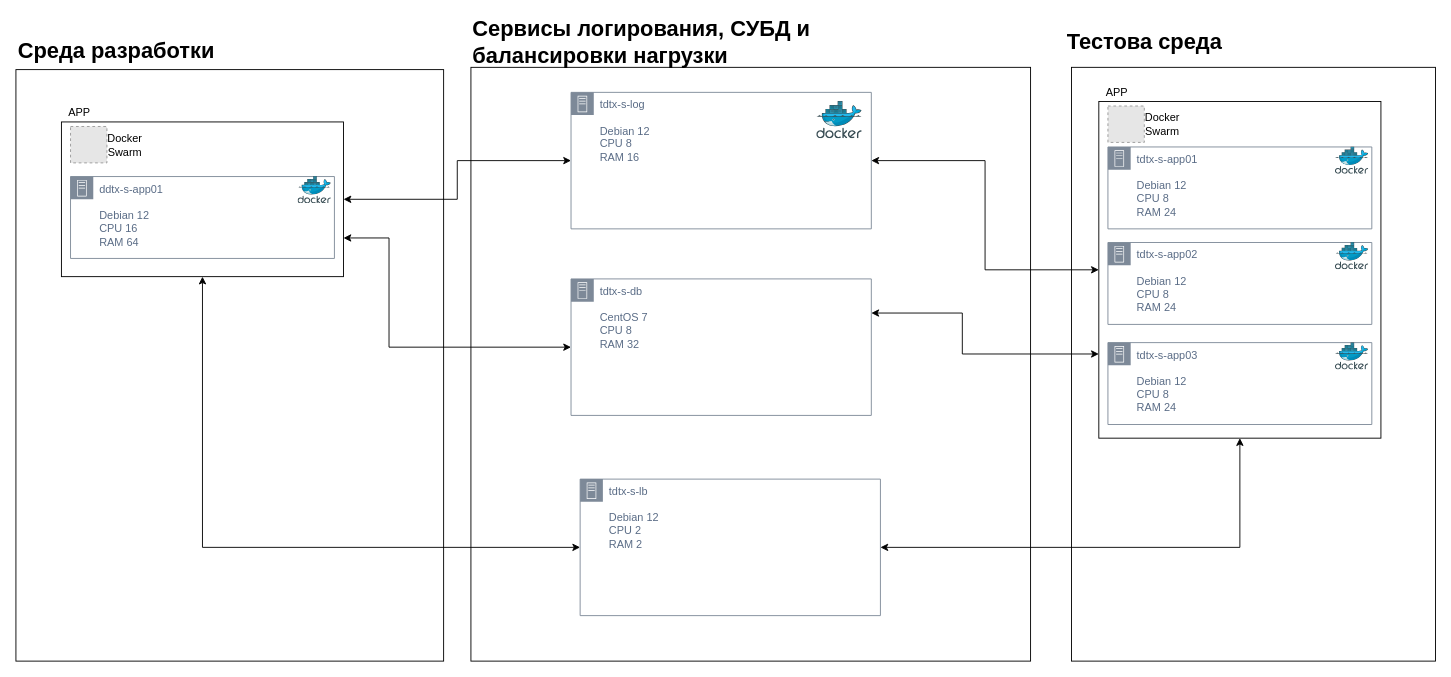
The draw.io diagram page "Среда разработки/среда тестирования" (1 of 3) of Диаграмма без названия.drawio in SamRozhkov/DocTrix, before the edit. Source tidied: cells renumbered, new cells numbered last; positions are measured from the earlier drawing's top-left corner, leaving out a move shared by most shapes. Both pictures are drawn from the tidied source at 91%, with x=0, y=0 at pixel (15, 24). Pictures stored in the file or linked from it are replaced by grey dashed boxes.
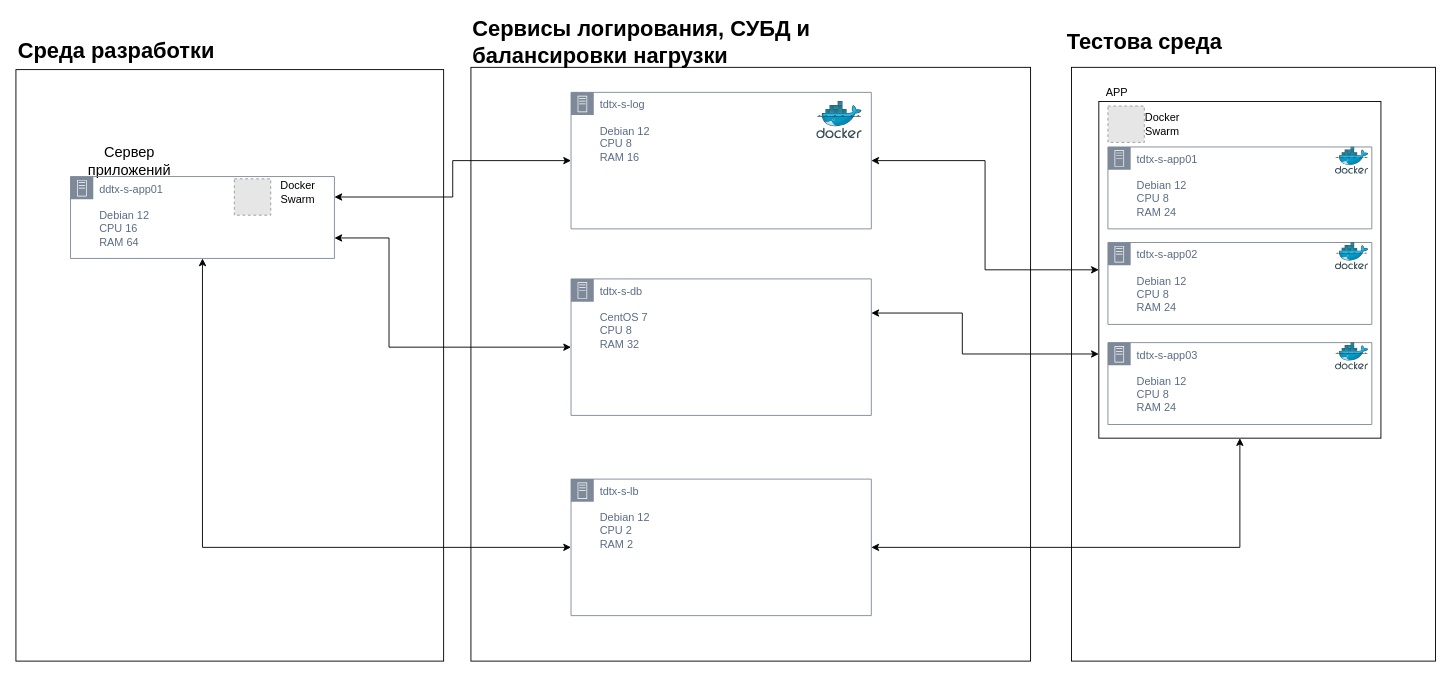
The same diagram, later.

Unchanged cells that the change refers to:
```xml
<mxCell id="5" value="tdtx-s-log&lt;div&gt;&lt;br&gt;&lt;/div&gt;&lt;div&gt;Debian 12&lt;/div&gt;&lt;div&gt;CPU 8&lt;br&gt;RAM 16&lt;/div&gt;" style="points=[[0,0],[0.25,0],[0.5,0],[0.75,0],[1,0],[1,0.25],[1,0.5],[1,0.75],[1,1],[0.75,1],[0.5,1],[0.25,1],[0,1],[0,0.75],[0,0.5],[0,0.25]];outlineConnect=0;gradientColor=none;html=1;whiteSpace=wrap;fontSize=12;fontStyle=0;shape=mxgraph.aws4.group;grIcon=mxgraph.aws4.group_on_premise;strokeColor=#7D8998;fillColor=none;verticalAlign=top;align=left;spacingLeft=30;fontColor=#5A6C86;dashed=0;" parent="1" vertex="1">
  <mxGeometry x="610" y="75" width="330" height="150" as="geometry" />
</mxCell>
<mxCell id="28" value="tdtx-s-db&lt;div&gt;&lt;br&gt;&lt;/div&gt;&lt;div&gt;CentOS 7&lt;/div&gt;&lt;div&gt;CPU 8&lt;/div&gt;&lt;div&gt;RAM 32&lt;/div&gt;" style="points=[[0,0],[0.25,0],[0.5,0],[0.75,0],[1,0],[1,0.25],[1,0.5],[1,0.75],[1,1],[0.75,1],[0.5,1],[0.25,1],[0,1],[0,0.75],[0,0.5],[0,0.25]];outlineConnect=0;gradientColor=none;html=1;whiteSpace=wrap;fontSize=12;fontStyle=0;shape=mxgraph.aws4.group;grIcon=mxgraph.aws4.group_on_premise;strokeColor=#7D8998;fillColor=none;verticalAlign=top;align=left;spacingLeft=30;fontColor=#5A6C86;dashed=0;" parent="1" vertex="1">
  <mxGeometry x="610" y="280" width="330" height="150" as="geometry" />
</mxCell>
<mxCell id="32" value="&lt;div&gt;ddtx-s-app01&lt;/div&gt;&lt;div&gt;&lt;br&gt;&lt;/div&gt;&lt;div&gt;Debian 12&amp;nbsp;&lt;br&gt;CPU 16&lt;/div&gt;&lt;div&gt;RAM 64&lt;/div&gt;" style="points=[[0,0],[0.25,0],[0.5,0],[0.75,0],[1,0],[1,0.25],[1,0.5],[1,0.75],[1,1],[0.75,1],[0.5,1],[0.25,1],[0,1],[0,0.75],[0,0.5],[0,0.25]];outlineConnect=0;gradientColor=none;html=1;whiteSpace=wrap;fontSize=12;fontStyle=0;shape=mxgraph.aws4.group;grIcon=mxgraph.aws4.group_on_premise;strokeColor=#7D8998;fillColor=none;verticalAlign=top;align=left;spacingLeft=30;fontColor=#5A6C86;dashed=0;" parent="1" vertex="1">
  <mxGeometry x="60" y="167.5" width="290" height="90" as="geometry" />
</mxCell>
```

Change to the diagram source:
```diff
@@
-    <mxCell id="7" style="edgeStyle=orthogonalEdgeStyle;rounded=0;jettySize=auto;html=1;exitX=1;exitY=0.5;exitDx=0;exitDy=0;entryX=0;entryY=0.5;entryDx=0;entryDy=0;startArrow=classic;startFill=1;" parent="1" edge="1" source="9" target="5">
+    <mxCell id="7" style="edgeStyle=orthogonalEdgeStyle;rounded=0;jettySize=auto;html=1;exitX=1;exitY=0.25;exitDx=0;exitDy=0;entryX=0;entryY=0.5;entryDx=0;entryDy=0;startArrow=classic;startFill=1;" parent="1" edge="1" source="32" target="5">
       <mxGeometry relative="1" as="geometry" />
     </mxCell>
-    <mxCell id="8" style="edgeStyle=elbowEdgeStyle;rounded=0;jettySize=auto;html=1;exitX=1;exitY=0.75;exitDx=0;exitDy=0;entryX=0;entryY=0.5;entryDx=0;entryDy=0;startArrow=classic;startFill=1;" parent="1" edge="1" source="9" target="28">
+    <mxCell id="8" style="edgeStyle=elbowEdgeStyle;rounded=0;jettySize=auto;html=1;exitX=1;exitY=0.75;exitDx=0;exitDy=0;entryX=0;entryY=0.5;entryDx=0;entryDy=0;startArrow=classic;startFill=1;" parent="1" edge="1" source="32" target="28">
       <mxGeometry relative="1" as="geometry">
         <Array as="points">
           <mxPoint x="410" y="350" />
         </Array>
       </mxGeometry>
     </mxCell>
-    <mxCell id="9" style="whiteSpace=wrap;html=1;align=center;" parent="1" vertex="1">
-      <mxGeometry x="50" y="107.5" width="310" height="170" as="geometry" />
-    </mxCell>
     <mxCell id="10" style="fillColor=#E6E6E6;strokeColor=#999999;dashed=1;html=1;verticalAlign=top;verticalLabelPosition=bottom;labelBackgroundColor=#ffffff;" parent="1" vertex="1">
-      <mxGeometry x="60" y="112.5" width="40" height="40" as="geometry" />
+      <mxGeometry x="240" y="170" width="40" height="40" as="geometry" />
     </mxCell>
     <mxCell id="11" value="Docker Swarm" style="text;html=1;align=center;verticalAlign=middle;whiteSpace=wrap;rounded=0;" parent="1" vertex="1">
-      <mxGeometry x="90" y="117.5" width="60" height="30" as="geometry" />
+      <mxGeometry x="280" y="170" width="60" height="30" as="geometry" />
     </mxCell>
-    <mxCell id="12" value="APP" style="text;html=1;align=center;verticalAlign=middle;whiteSpace=wrap;rounded=0;" parent="1" vertex="1">
-      <mxGeometry x="40" y="82.5" width="60" height="30" as="geometry" />
+    <mxCell id="12" value="Сервер приложений" style="text;html=1;align=center;verticalAlign=middle;whiteSpace=wrap;rounded=0;fontSize=16;" parent="1" vertex="1">
+      <mxGeometry x="60" y="135" width="130" height="30" as="geometry" />
     </mxCell>
@@
-    <mxCell id="29" style="edgeStyle=orthogonalEdgeStyle;rounded=0;jettySize=auto;html=1;exitX=0;exitY=0.5;exitDx=0;exitDy=0;entryX=0.5;entryY=1;entryDx=0;entryDy=0;startArrow=classic;startFill=1;" parent="1" edge="1" source="31" target="9">
+    <mxCell id="29" style="edgeStyle=orthogonalEdgeStyle;rounded=0;jettySize=auto;html=1;exitX=0;exitY=0.5;exitDx=0;exitDy=0;entryX=0.5;entryY=1;entryDx=0;entryDy=0;startArrow=classic;startFill=1;" parent="1" edge="1" source="31" target="32">
       <mxGeometry relative="1" as="geometry" />
     </mxCell>
@@
     <mxCell id="31" value="tdtx-s-lb&lt;div&gt;&lt;br&gt;&lt;/div&gt;&lt;div&gt;Debian 12&lt;br&gt;CPU 2&lt;br&gt;RAM 2&lt;/div&gt;" style="points=[[0,0],[0.25,0],[0.5,0],[0.75,0],[1,0],[1,0.25],[1,0.5],[1,0.75],[1,1],[0.75,1],[0.5,1],[0.25,1],[0,1],[0,0.75],[0,0.5],[0,0.25]];outlineConnect=0;gradientColor=none;html=1;whiteSpace=wrap;fontSize=12;fontStyle=0;shape=mxgraph.aws4.group;grIcon=mxgraph.aws4.group_on_premise;strokeColor=#7D8998;fillColor=none;verticalAlign=top;align=left;spacingLeft=30;fontColor=#5A6C86;dashed=0;" parent="1" vertex="1">
-      <mxGeometry x="620" y="500" width="330" height="150" as="geometry" />
+      <mxGeometry x="610" y="500" width="330" height="150" as="geometry" />
     </mxCell>
@@
-    <mxCell id="33" style="image;sketch=0;html=1;align=center;fontSize=12;image=img/lib/mscae/Docker.svg;" parent="32" vertex="1">
-      <mxGeometry x="250" width="36.6" height="30" as="geometry" />
-    </mxCell>
```
